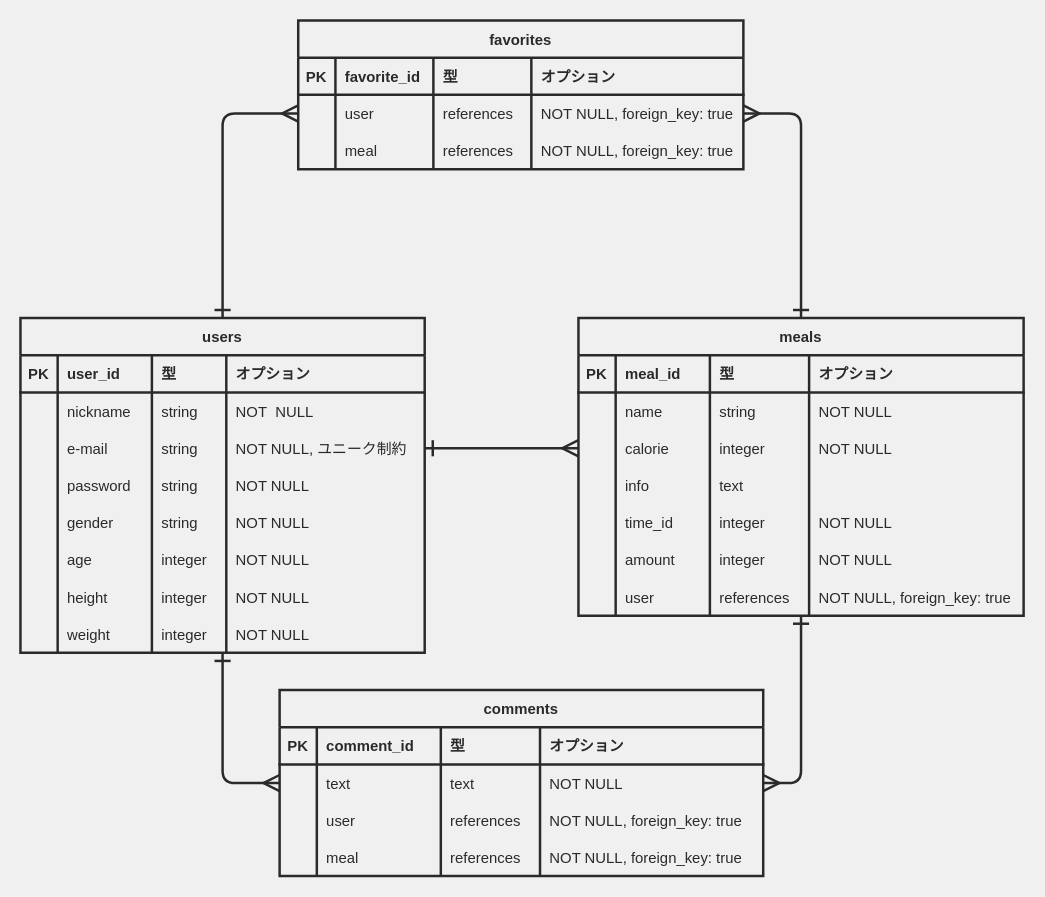
This is ER.dio from aktmmiri/meal_management_app, a draw.io file, before an edit. Source tidied: cells renumbered, new cells numbered last; positions are measured from the earlier drawing's top-left corner, leaving out a move shared by most shapes. Both pictures are drawn from the tidied source at 124%, with x=0, y=0 at pixel (20, 20).
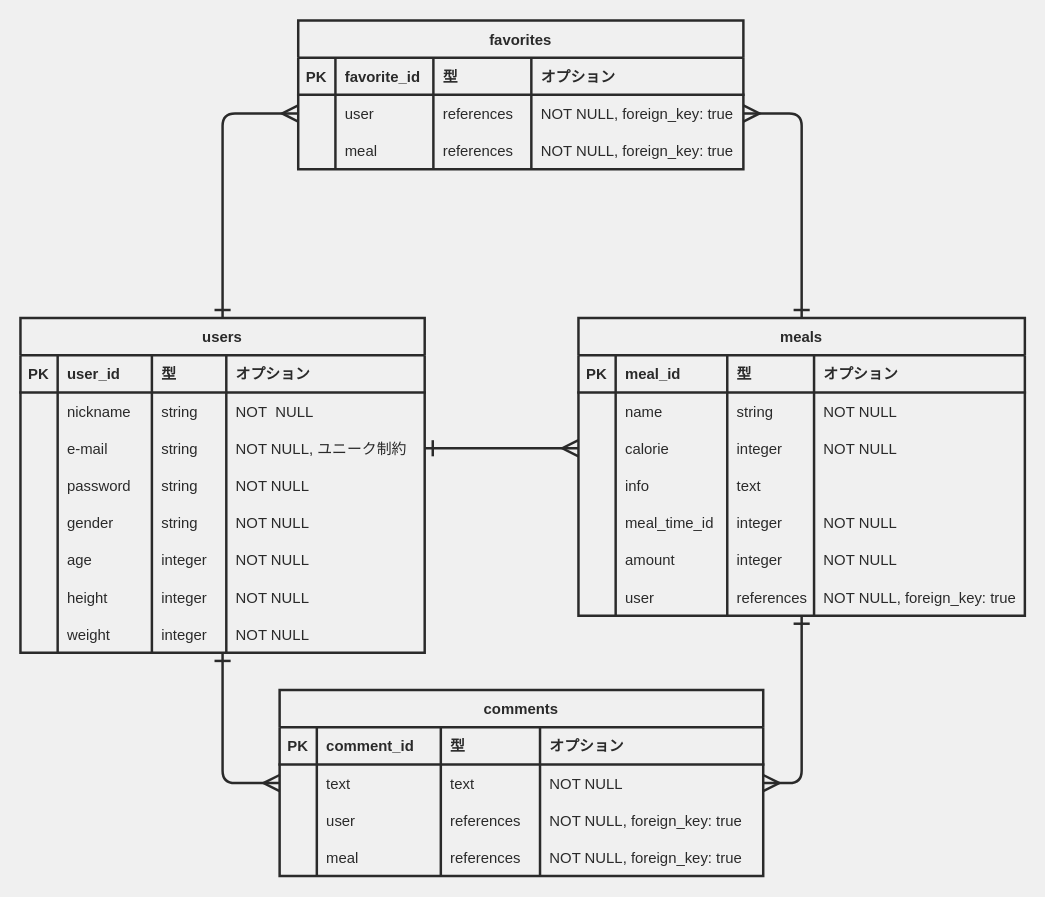
After the change.

Diff of the diagram source:
```diff
@@
     <mxCell id="43" value="meals" style="shape=table;startSize=30;childLayout=tableLayout;rowLines=0;fontStyle=1;align=center;fontColor=#2A2A2A;fillColor=none;strokeColor=#2A2A2A;strokeWidth=2;" parent="1" vertex="1">
-      <mxGeometry x="450" y="240" width="359" height="240" as="geometry" />
+      <mxGeometry x="450" y="240" width="360" height="240" as="geometry" />
     </mxCell>
     <mxCell id="44" style="shape=partialRectangle;top=0;left=0;bottom=1;right=0;fontColor=#2A2A2A;fillColor=none;strokeColor=#2A2A2A;strokeWidth=2;" parent="43" vertex="1">
-      <mxGeometry y="30" width="359" height="30" as="geometry" />
+      <mxGeometry y="30" width="360" height="30" as="geometry" />
     </mxCell>
@@
     <mxCell id="46" value="meal_id" style="shape=partialRectangle;top=0;left=0;bottom=0;right=0;align=left;spacingLeft=6;fontStyle=1;overflow=hidden;fontColor=#2A2A2A;fillColor=none;strokeColor=#2A2A2A;strokeWidth=2;" parent="44" vertex="1">
-      <mxGeometry x="30" width="76" height="30" as="geometry" />
+      <mxGeometry x="30" width="90" height="30" as="geometry" />
     </mxCell>
     <mxCell id="47" value="型" style="shape=partialRectangle;top=0;left=0;bottom=0;right=0;align=left;spacingLeft=6;fontStyle=1;overflow=hidden;fontColor=#2A2A2A;fillColor=none;strokeColor=#2A2A2A;strokeWidth=2;" parent="44" vertex="1">
-      <mxGeometry x="106" width="80" height="30" as="geometry" />
+      <mxGeometry x="120" width="70" height="30" as="geometry" />
     </mxCell>
     <mxCell id="48" value="オプション" style="shape=partialRectangle;top=0;left=0;bottom=0;right=0;align=left;spacingLeft=6;fontStyle=1;overflow=hidden;fontColor=#2A2A2A;fillColor=none;strokeColor=#2A2A2A;strokeWidth=2;" parent="44" vertex="1">
-      <mxGeometry x="186" width="173" height="30" as="geometry" />
+      <mxGeometry x="190" width="170" height="30" as="geometry" />
     </mxCell>
     <mxCell id="49" style="shape=partialRectangle;top=0;left=0;bottom=0;right=0;fontColor=#2A2A2A;fillColor=none;strokeColor=#2A2A2A;strokeWidth=2;" parent="43" vertex="1">
-      <mxGeometry y="60" width="359" height="30" as="geometry" />
+      <mxGeometry y="60" width="360" height="30" as="geometry" />
     </mxCell>
@@
     <mxCell id="51" value="name" style="shape=partialRectangle;top=0;left=0;bottom=0;right=0;align=left;spacingLeft=6;overflow=hidden;fontColor=#2A2A2A;fillColor=none;strokeColor=#2A2A2A;strokeWidth=2;" parent="49" vertex="1">
-      <mxGeometry x="30" width="76" height="30" as="geometry" />
+      <mxGeometry x="30" width="90" height="30" as="geometry" />
     </mxCell>
     <mxCell id="52" value="string" style="shape=partialRectangle;top=0;left=0;bottom=0;right=0;align=left;spacingLeft=6;overflow=hidden;fontColor=#2A2A2A;fillColor=none;strokeColor=#2A2A2A;strokeWidth=2;" parent="49" vertex="1">
-      <mxGeometry x="106" width="80" height="30" as="geometry" />
+      <mxGeometry x="120" width="70" height="30" as="geometry" />
     </mxCell>
     <mxCell id="53" value="NOT NULL" style="shape=partialRectangle;top=0;left=0;bottom=0;right=0;align=left;spacingLeft=6;overflow=hidden;fontColor=#2A2A2A;fillColor=none;strokeColor=#2A2A2A;strokeWidth=2;" parent="49" vertex="1">
-      <mxGeometry x="186" width="173" height="30" as="geometry" />
+      <mxGeometry x="190" width="170" height="30" as="geometry" />
     </mxCell>
     <mxCell id="54" style="shape=partialRectangle;top=0;left=0;bottom=0;right=0;points=[[0,0.5],[1,0.5]];portConstraint=eastwest;fontColor=#2A2A2A;fillColor=none;strokeColor=#2A2A2A;strokeWidth=2;" parent="43" vertex="1">
-      <mxGeometry y="90" width="359" height="30" as="geometry" />
+      <mxGeometry y="90" width="360" height="30" as="geometry" />
     </mxCell>
@@
     <mxCell id="56" value="calorie" style="shape=partialRectangle;top=0;left=0;bottom=0;right=0;align=left;spacingLeft=6;overflow=hidden;fontColor=#2A2A2A;fillColor=none;strokeColor=#2A2A2A;strokeWidth=2;" parent="54" vertex="1">
-      <mxGeometry x="30" width="76" height="30" as="geometry" />
+      <mxGeometry x="30" width="90" height="30" as="geometry" />
     </mxCell>
     <mxCell id="57" value="integer" style="shape=partialRectangle;top=0;left=0;bottom=0;right=0;align=left;spacingLeft=6;overflow=hidden;fontColor=#2A2A2A;fillColor=none;strokeColor=#2A2A2A;strokeWidth=2;" parent="54" vertex="1">
-      <mxGeometry x="106" width="80" height="30" as="geometry" />
+      <mxGeometry x="120" width="70" height="30" as="geometry" />
     </mxCell>
     <mxCell id="58" value="NOT NULL" style="shape=partialRectangle;top=0;left=0;bottom=0;right=0;align=left;spacingLeft=6;overflow=hidden;fontColor=#2A2A2A;fillColor=none;strokeColor=#2A2A2A;strokeWidth=2;" parent="54" vertex="1">
-      <mxGeometry x="186" width="173" height="30" as="geometry" />
+      <mxGeometry x="190" width="170" height="30" as="geometry" />
     </mxCell>
     <mxCell id="59" style="shape=partialRectangle;top=0;left=0;bottom=0;right=0;fontColor=#2A2A2A;fillColor=none;strokeColor=#2A2A2A;strokeWidth=2;" parent="43" vertex="1">
-      <mxGeometry y="120" width="359" height="30" as="geometry" />
+      <mxGeometry y="120" width="360" height="30" as="geometry" />
     </mxCell>
@@
     <mxCell id="61" value="info" style="shape=partialRectangle;top=0;left=0;bottom=0;right=0;align=left;spacingLeft=6;overflow=hidden;fontColor=#2A2A2A;fillColor=none;strokeColor=#2A2A2A;strokeWidth=2;" parent="59" vertex="1">
-      <mxGeometry x="30" width="76" height="30" as="geometry" />
+      <mxGeometry x="30" width="90" height="30" as="geometry" />
     </mxCell>
     <mxCell id="62" value="text" style="shape=partialRectangle;top=0;left=0;bottom=0;right=0;align=left;spacingLeft=6;overflow=hidden;fontColor=#2A2A2A;fillColor=none;strokeColor=#2A2A2A;strokeWidth=2;" parent="59" vertex="1">
-      <mxGeometry x="106" width="80" height="30" as="geometry" />
+      <mxGeometry x="120" width="70" height="30" as="geometry" />
     </mxCell>
     <mxCell id="63" style="shape=partialRectangle;top=0;left=0;bottom=0;right=0;align=left;spacingLeft=6;overflow=hidden;fontColor=#2A2A2A;fillColor=none;strokeColor=#2A2A2A;strokeWidth=2;" parent="59" vertex="1">
-      <mxGeometry x="186" width="173" height="30" as="geometry" />
+      <mxGeometry x="190" width="170" height="30" as="geometry" />
     </mxCell>
     <mxCell id="64" style="shape=partialRectangle;top=0;left=0;bottom=0;right=0;fontColor=#2A2A2A;fillColor=none;strokeColor=#2A2A2A;strokeWidth=2;" parent="43" vertex="1">
-      <mxGeometry y="150" width="359" height="30" as="geometry" />
+      <mxGeometry y="150" width="360" height="30" as="geometry" />
     </mxCell>
@@
-    <mxCell id="66" value="time_id" style="shape=partialRectangle;top=0;left=0;bottom=0;right=0;align=left;spacingLeft=6;overflow=hidden;fontColor=#2A2A2A;fillColor=none;strokeColor=#2A2A2A;strokeWidth=2;" parent="64" vertex="1">
-      <mxGeometry x="30" width="76" height="30" as="geometry" />
+    <mxCell id="66" value="meal_time_id" style="shape=partialRectangle;top=0;left=0;bottom=0;right=0;align=left;spacingLeft=6;overflow=hidden;fontColor=#2A2A2A;fillColor=none;strokeColor=#2A2A2A;strokeWidth=2;" parent="64" vertex="1">
+      <mxGeometry x="30" width="90" height="30" as="geometry" />
     </mxCell>
     <mxCell id="67" value="integer" style="shape=partialRectangle;top=0;left=0;bottom=0;right=0;align=left;spacingLeft=6;overflow=hidden;fontColor=#2A2A2A;fillColor=none;strokeColor=#2A2A2A;strokeWidth=2;" parent="64" vertex="1">
-      <mxGeometry x="106" width="80" height="30" as="geometry" />
+      <mxGeometry x="120" width="70" height="30" as="geometry" />
     </mxCell>
     <mxCell id="68" value="NOT NULL" style="shape=partialRectangle;top=0;left=0;bottom=0;right=0;align=left;spacingLeft=6;overflow=hidden;fontColor=#2A2A2A;fillColor=none;strokeColor=#2A2A2A;strokeWidth=2;" parent="64" vertex="1">
-      <mxGeometry x="186" width="173" height="30" as="geometry" />
+      <mxGeometry x="190" width="170" height="30" as="geometry" />
     </mxCell>
     <mxCell id="69" style="shape=partialRectangle;top=0;left=0;bottom=0;right=0;fontColor=#2A2A2A;fillColor=none;strokeColor=#2A2A2A;strokeWidth=2;" parent="43" vertex="1">
-      <mxGeometry y="180" width="359" height="30" as="geometry" />
+      <mxGeometry y="180" width="360" height="30" as="geometry" />
     </mxCell>
@@
     <mxCell id="71" value="amount" style="shape=partialRectangle;top=0;left=0;bottom=0;right=0;align=left;spacingLeft=6;overflow=hidden;fontColor=#2A2A2A;fillColor=none;strokeColor=#2A2A2A;strokeWidth=2;" parent="69" vertex="1">
-      <mxGeometry x="30" width="76" height="30" as="geometry" />
+      <mxGeometry x="30" width="90" height="30" as="geometry" />
     </mxCell>
     <mxCell id="72" value="integer" style="shape=partialRectangle;top=0;left=0;bottom=0;right=0;align=left;spacingLeft=6;overflow=hidden;fontColor=#2A2A2A;fillColor=none;strokeColor=#2A2A2A;strokeWidth=2;" parent="69" vertex="1">
-      <mxGeometry x="106" width="80" height="30" as="geometry" />
+      <mxGeometry x="120" width="70" height="30" as="geometry" />
     </mxCell>
     <mxCell id="73" value="NOT NULL" style="shape=partialRectangle;top=0;left=0;bottom=0;right=0;align=left;spacingLeft=6;overflow=hidden;fontColor=#2A2A2A;fillColor=none;strokeColor=#2A2A2A;strokeWidth=2;" parent="69" vertex="1">
-      <mxGeometry x="186" width="173" height="30" as="geometry" />
+      <mxGeometry x="190" width="170" height="30" as="geometry" />
     </mxCell>
     <mxCell id="74" style="shape=partialRectangle;top=0;left=0;bottom=0;right=0;fontColor=#2A2A2A;fillColor=none;strokeColor=#2A2A2A;strokeWidth=2;" parent="43" vertex="1">
-      <mxGeometry y="210" width="359" height="30" as="geometry" />
+      <mxGeometry y="210" width="360" height="30" as="geometry" />
     </mxCell>
@@
     <mxCell id="76" value="user" style="shape=partialRectangle;top=0;left=0;bottom=0;right=0;align=left;spacingLeft=6;overflow=hidden;fontColor=#2A2A2A;fillColor=none;strokeColor=#2A2A2A;strokeWidth=2;" parent="74" vertex="1">
-      <mxGeometry x="30" width="76" height="30" as="geometry" />
+      <mxGeometry x="30" width="90" height="30" as="geometry" />
     </mxCell>
     <mxCell id="77" value="references" style="shape=partialRectangle;top=0;left=0;bottom=0;right=0;align=left;spacingLeft=6;overflow=hidden;fontColor=#2A2A2A;fillColor=none;strokeColor=#2A2A2A;strokeWidth=2;" parent="74" vertex="1">
-      <mxGeometry x="106" width="80" height="30" as="geometry" />
+      <mxGeometry x="120" width="70" height="30" as="geometry" />
     </mxCell>
     <mxCell id="78" value="NOT NULL, foreign_key: true" style="shape=partialRectangle;top=0;left=0;bottom=0;right=0;align=left;spacingLeft=6;overflow=hidden;fontColor=#2A2A2A;fillColor=none;strokeColor=#2A2A2A;strokeWidth=2;" parent="74" vertex="1">
-      <mxGeometry x="186" width="173" height="30" as="geometry" />
+      <mxGeometry x="190" width="170" height="30" as="geometry" />
     </mxCell>
```
